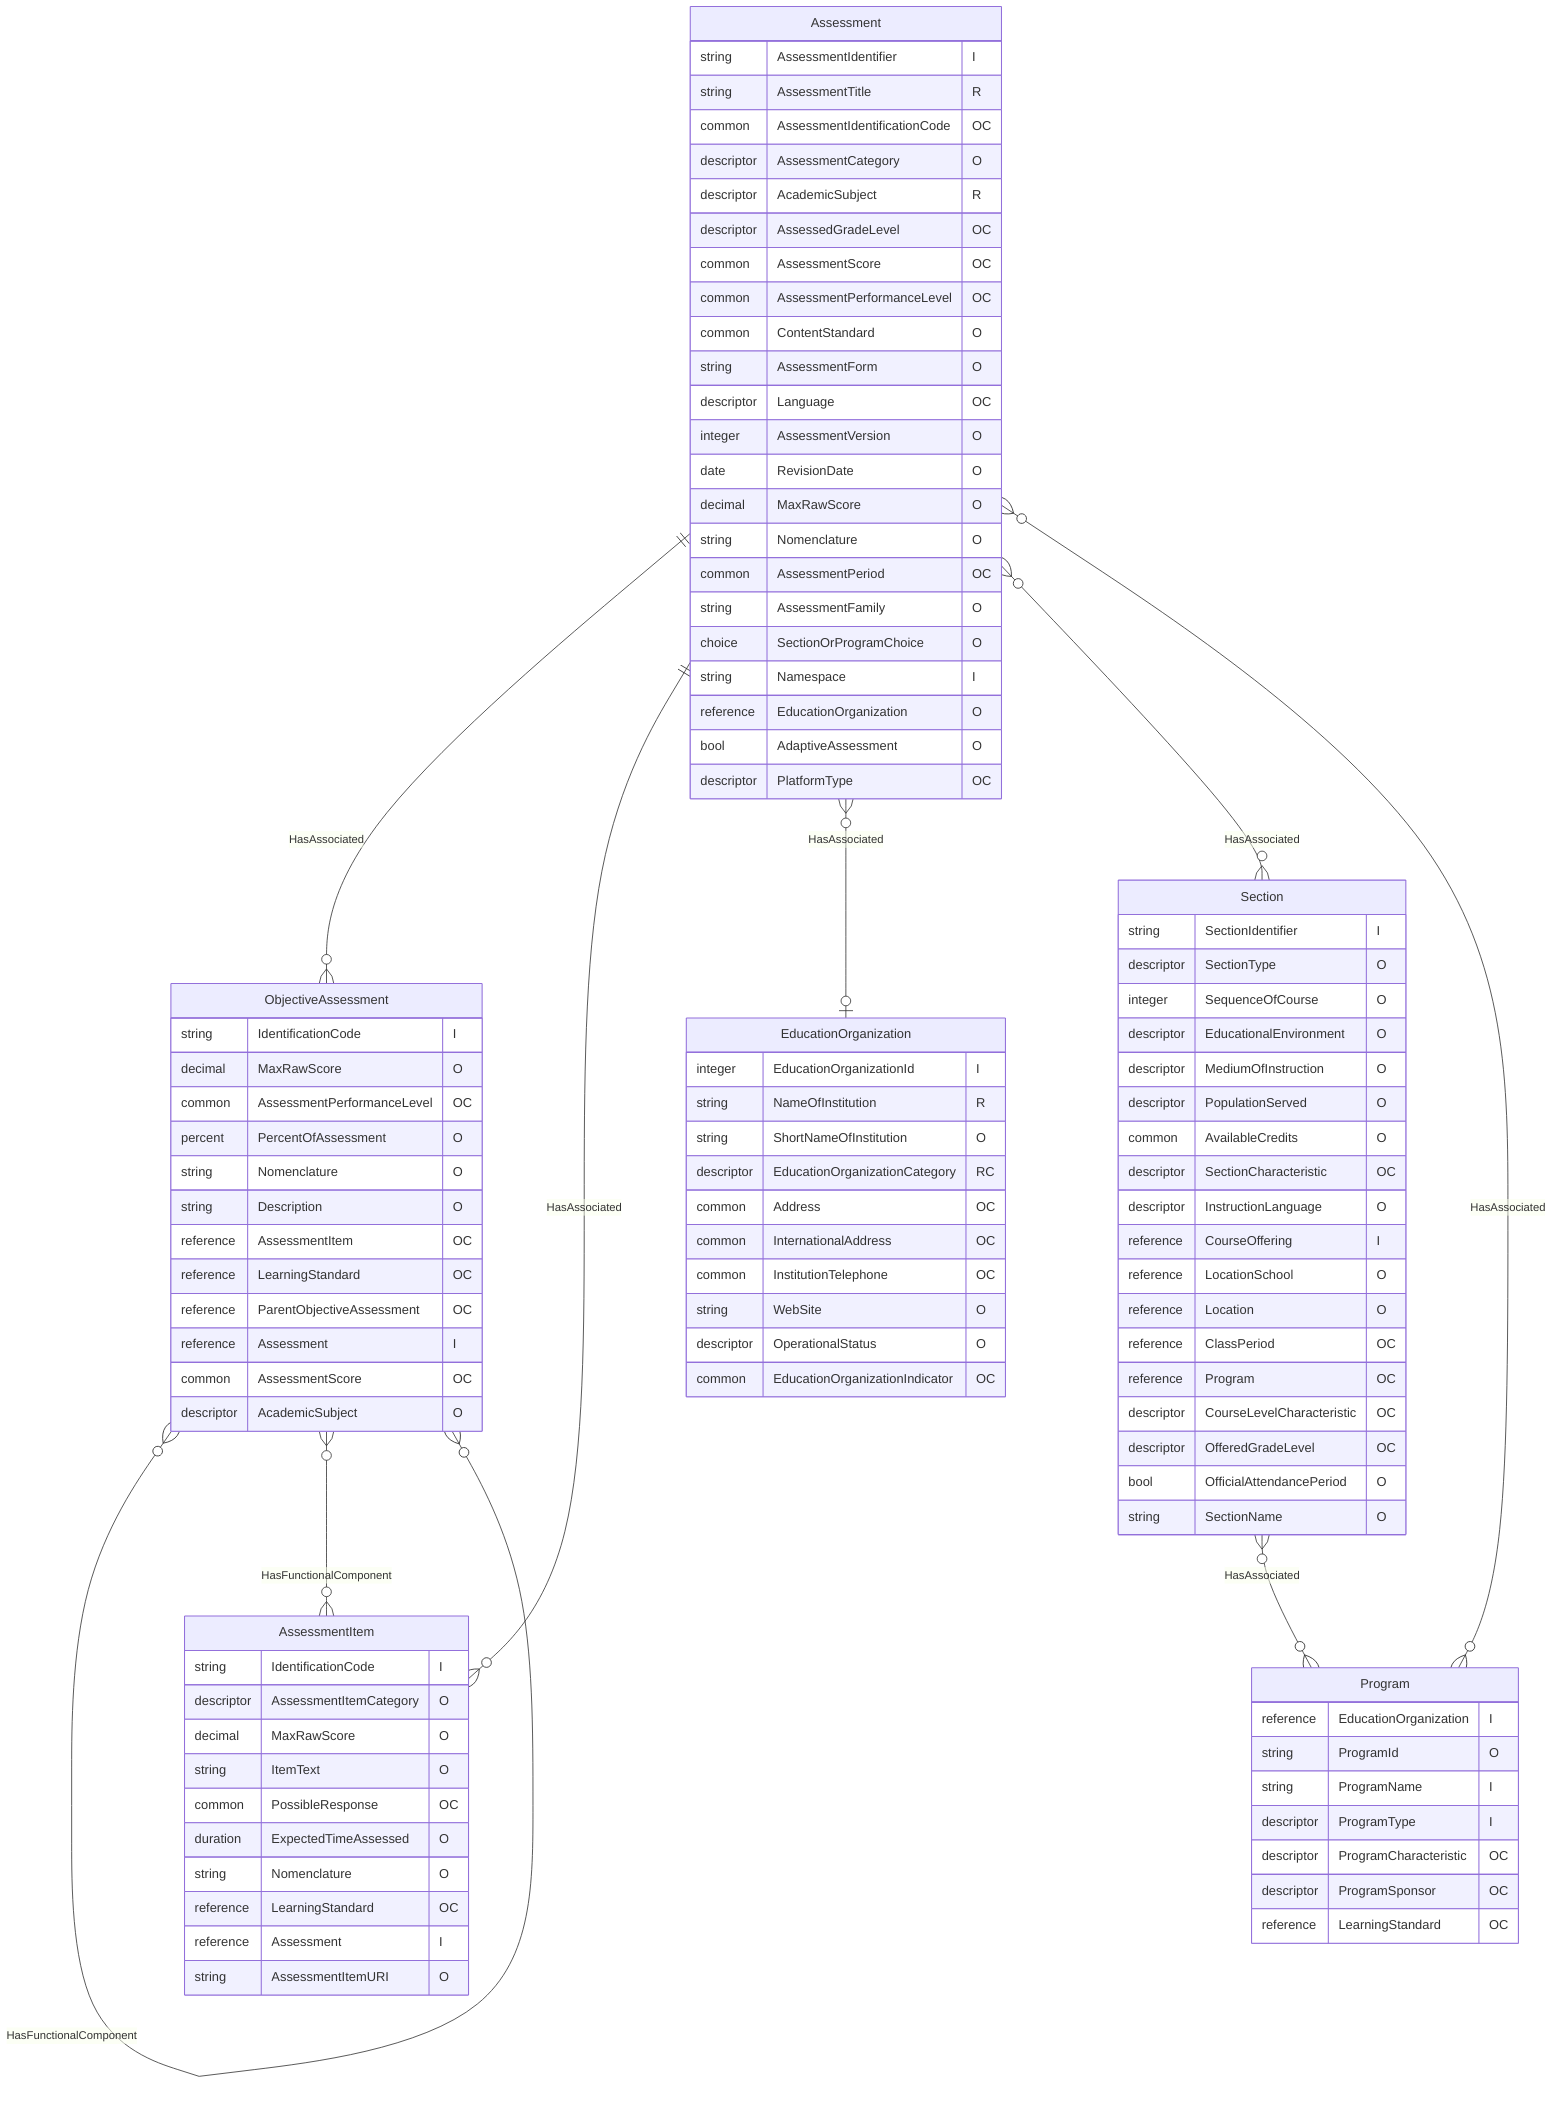
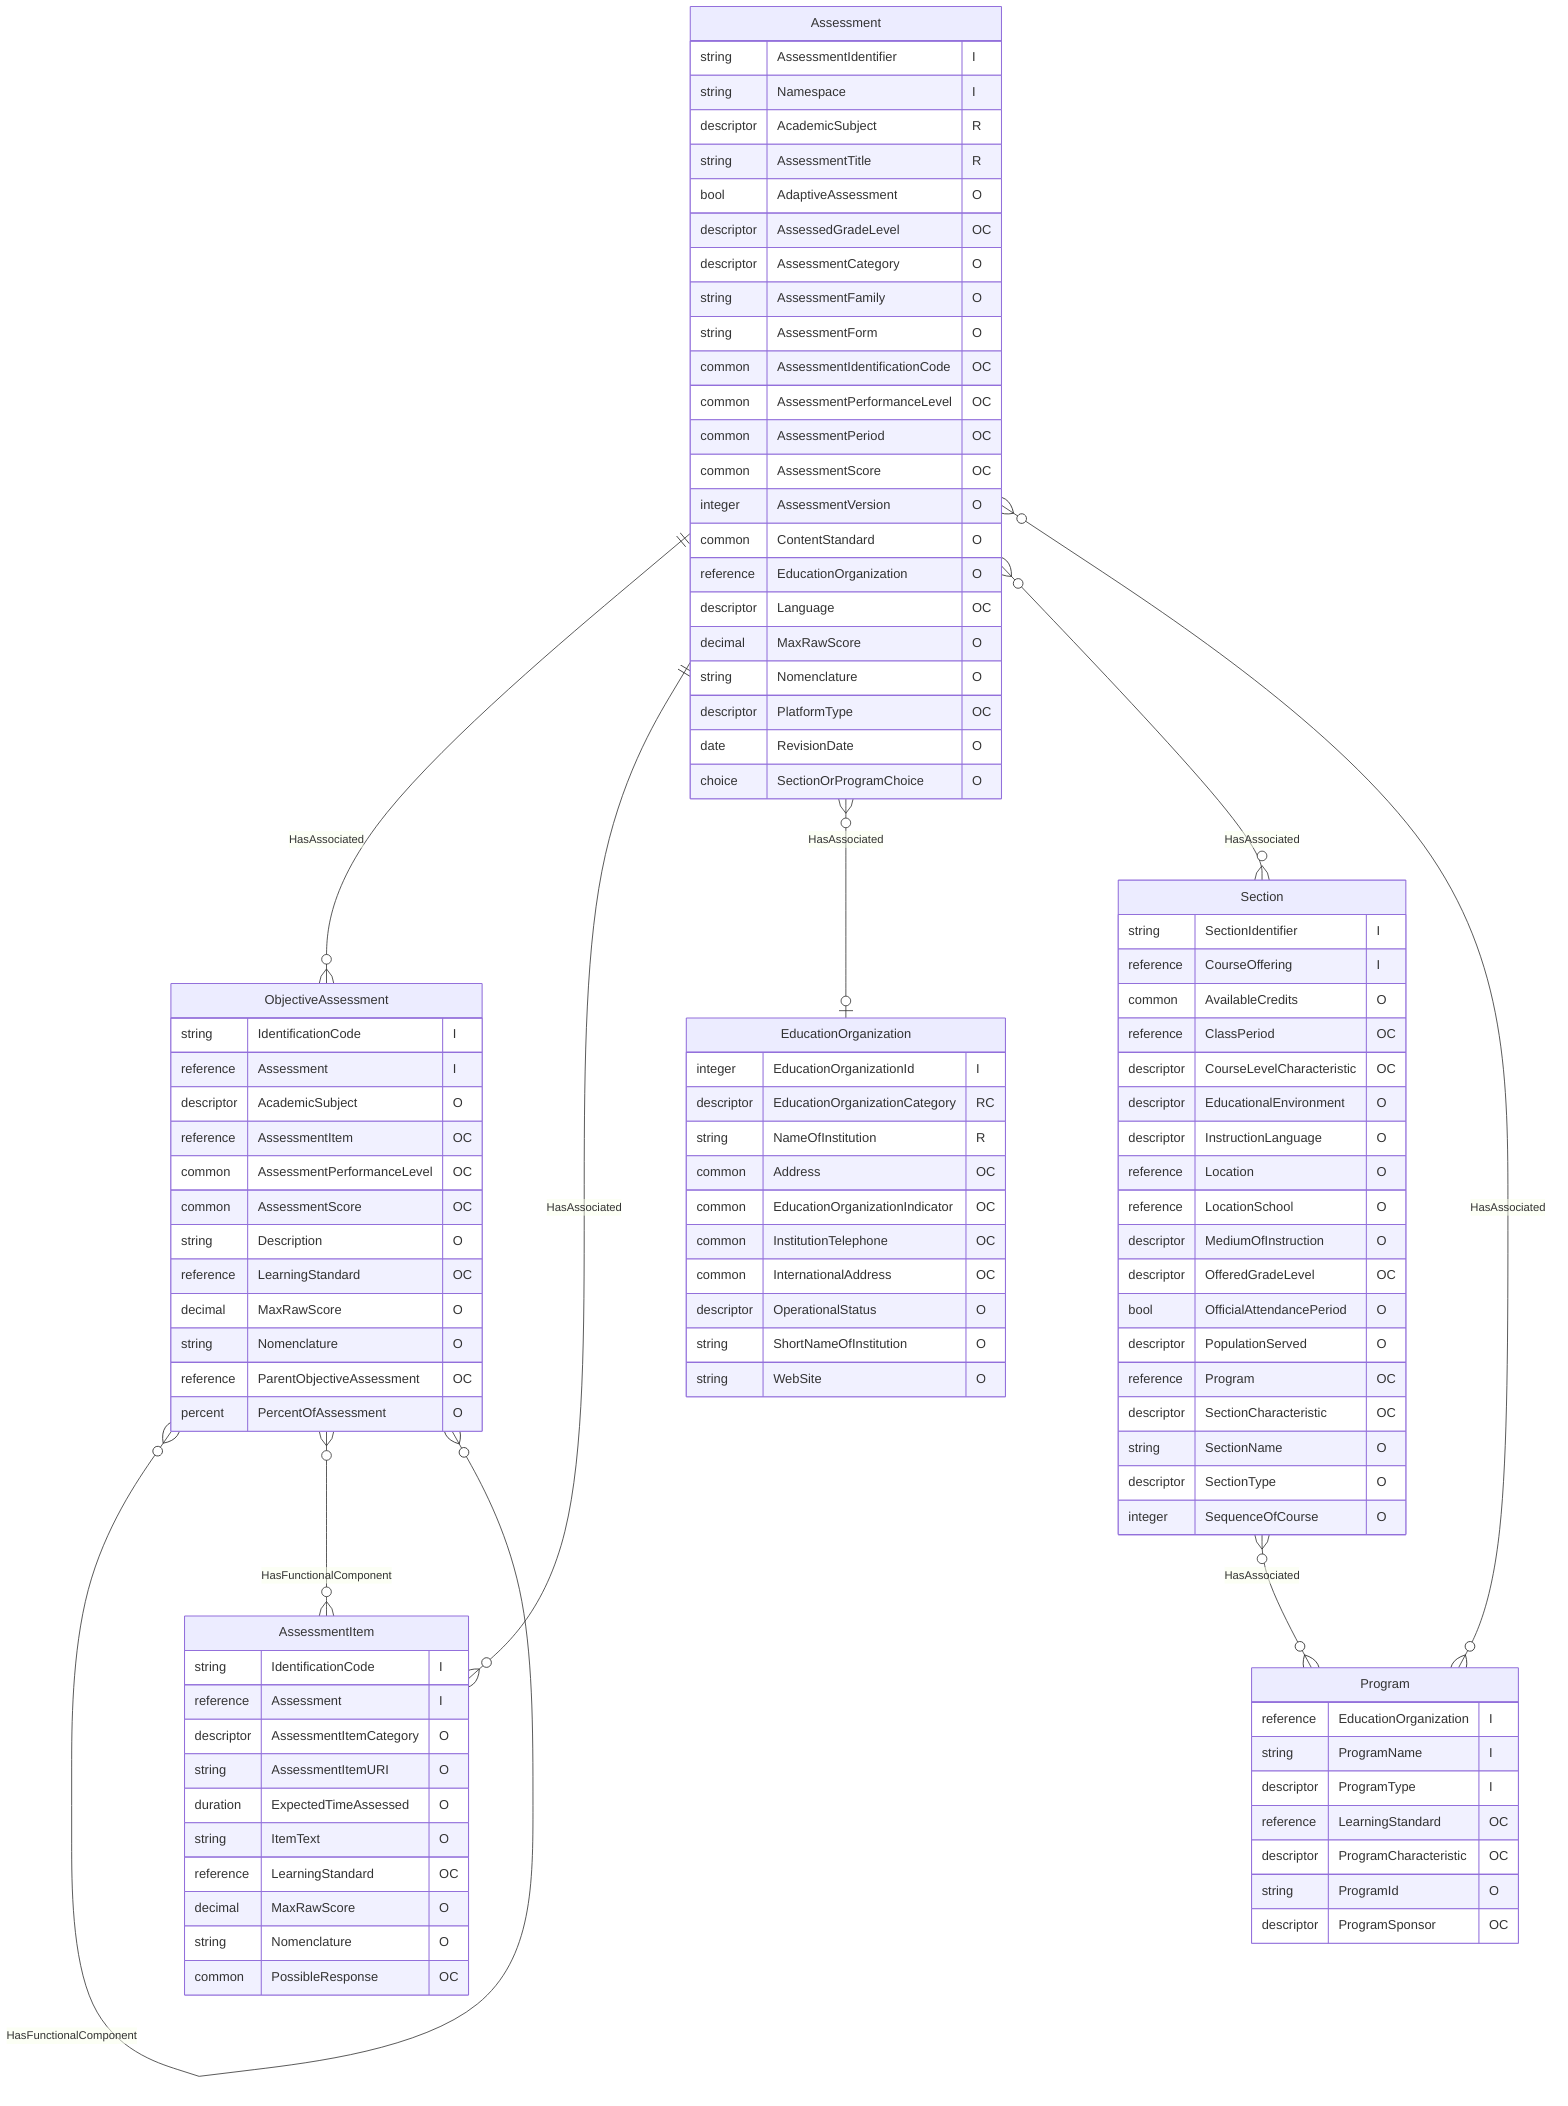
﻿erDiagram
    Assessment {
        string AssessmentIdentifier "I"
+         string Namespace "I"
+         descriptor AcademicSubject "R"
        string AssessmentTitle "R"
+         bool AdaptiveAssessment "O"
+         descriptor AssessedGradeLevel "OC"
+         descriptor AssessmentCategory "O"
+         string AssessmentFamily "O"
+         string AssessmentForm "O"
        common AssessmentIdentificationCode "OC"
-         descriptor AssessmentCategory "O"
-         descriptor AcademicSubject "R"
-         descriptor AssessedGradeLevel "OC"
+         common AssessmentPerformanceLevel "OC"
+         common AssessmentPeriod "OC"
        common AssessmentScore "OC"
-         common AssessmentPerformanceLevel "OC"
+         integer AssessmentVersion "O"
        common ContentStandard "O"
-         string AssessmentForm "O"
+         reference EducationOrganization "O"
        descriptor Language "OC"
-         integer AssessmentVersion "O"
-         date RevisionDate "O"
        decimal MaxRawScore "O"
        string Nomenclature "O"
-         common AssessmentPeriod "OC"
-         string AssessmentFamily "O"
+         descriptor PlatformType "OC"
+         date RevisionDate "O"
        choice SectionOrProgramChoice "O"
-         string Namespace "I"
-         reference EducationOrganization "O"
-         bool AdaptiveAssessment "O"
-         descriptor PlatformType "OC"
    }
    ObjectiveAssessment {
        string IdentificationCode "I"
+ 		reference Assessment "I"
+         descriptor AcademicSubject "O"
+         reference AssessmentItem "OC"
+         common AssessmentPerformanceLevel "OC"
+         common AssessmentScore "OC"
+         string Description "O"
+         reference LearningStandard "OC"
        decimal MaxRawScore "O"
-         common AssessmentPerformanceLevel "OC"
+         string Nomenclature "O"
+         reference ParentObjectiveAssessment "OC"
        percent PercentOfAssessment "O"
-         string Nomenclature "O"
-         string Description "O"
-         reference AssessmentItem "OC"
-         reference LearningStandard "OC"
-         reference ParentObjectiveAssessment "OC"
-         reference Assessment "I"
-         common AssessmentScore "OC"
-         descriptor AcademicSubject "O"
    }
    AssessmentItem {
        string IdentificationCode "I"
+ 		reference Assessment "I"
        descriptor AssessmentItemCategory "O"
+         string AssessmentItemURI "O"
+         duration ExpectedTimeAssessed "O"
+         string ItemText "O"
+         reference LearningStandard "OC"
        decimal MaxRawScore "O"
-         string ItemText "O"
+         string Nomenclature "O"
        common PossibleResponse "OC"
-         duration ExpectedTimeAssessed "O"
-         string Nomenclature "O"
-         reference LearningStandard "OC"
-         reference Assessment "I"
-         string AssessmentItemURI "O"
    }
    EducationOrganization {
        integer EducationOrganizationId "I"
+         descriptor EducationOrganizationCategory "RC"
        string NameOfInstitution "R"
+         common Address "OC"
+         common EducationOrganizationIndicator "OC"
+         common InstitutionTelephone "OC"
+         common InternationalAddress "OC"
+         descriptor OperationalStatus "O"
        string ShortNameOfInstitution "O"
-         descriptor EducationOrganizationCategory "RC"
-         common Address "OC"
-         common InternationalAddress "OC"
-         common InstitutionTelephone "OC"
        string WebSite "O"
-         descriptor OperationalStatus "O"
-         common EducationOrganizationIndicator "OC"
    }
    Section {
        string SectionIdentifier "I"
+ 		reference CourseOffering "I"
+         common AvailableCredits "O"
+         reference ClassPeriod "OC"
+         descriptor CourseLevelCharacteristic "OC"
+         descriptor EducationalEnvironment "O"
+         descriptor InstructionLanguage "O"
+         reference Location "O"
+         reference LocationSchool "O"
+         descriptor MediumOfInstruction "O"
+         descriptor OfferedGradeLevel "OC"
+         bool OfficialAttendancePeriod "O"
+         descriptor PopulationServed "O"
+         reference Program "OC"
+         descriptor SectionCharacteristic "OC"
+         string SectionName "O"
        descriptor SectionType "O"
        integer SequenceOfCourse "O"
-         descriptor EducationalEnvironment "O"
-         descriptor MediumOfInstruction "O"
-         descriptor PopulationServed "O"
-         common AvailableCredits "O"
-         descriptor SectionCharacteristic "OC"
-         descriptor InstructionLanguage "O"
-         reference CourseOffering "I"
-         reference LocationSchool "O"
-         reference Location "O"
-         reference ClassPeriod "OC"
-         reference Program "OC"
-         descriptor CourseLevelCharacteristic "OC"
-         descriptor OfferedGradeLevel "OC"
-         bool OfficialAttendancePeriod "O"
-         string SectionName "O"
    }
    Program {
        reference EducationOrganization "I"
-         string ProgramId "O"
        string ProgramName "I"
        descriptor ProgramType "I"
+         reference LearningStandard "OC"
        descriptor ProgramCharacteristic "OC"
+         string ProgramId "O"
        descriptor ProgramSponsor "OC"
-         reference LearningStandard "OC"
    }
    ObjectiveAssessment }o--o{ ObjectiveAssessment : "HasFunctionalComponent"
    ObjectiveAssessment }o--o{ AssessmentItem : "HasFunctionalComponent"
    Assessment ||--o{ ObjectiveAssessment : "HasAssociated"
    Assessment ||--o{ AssessmentItem : "HasAssociated"
    Assessment }o--o| EducationOrganization : "HasAssociated"
    Assessment }o--o{ Section : "HasAssociated"
    Assessment }o--o{ Program : "HasAssociated"
    Section }o--o{ Program : "HasAssociated"
